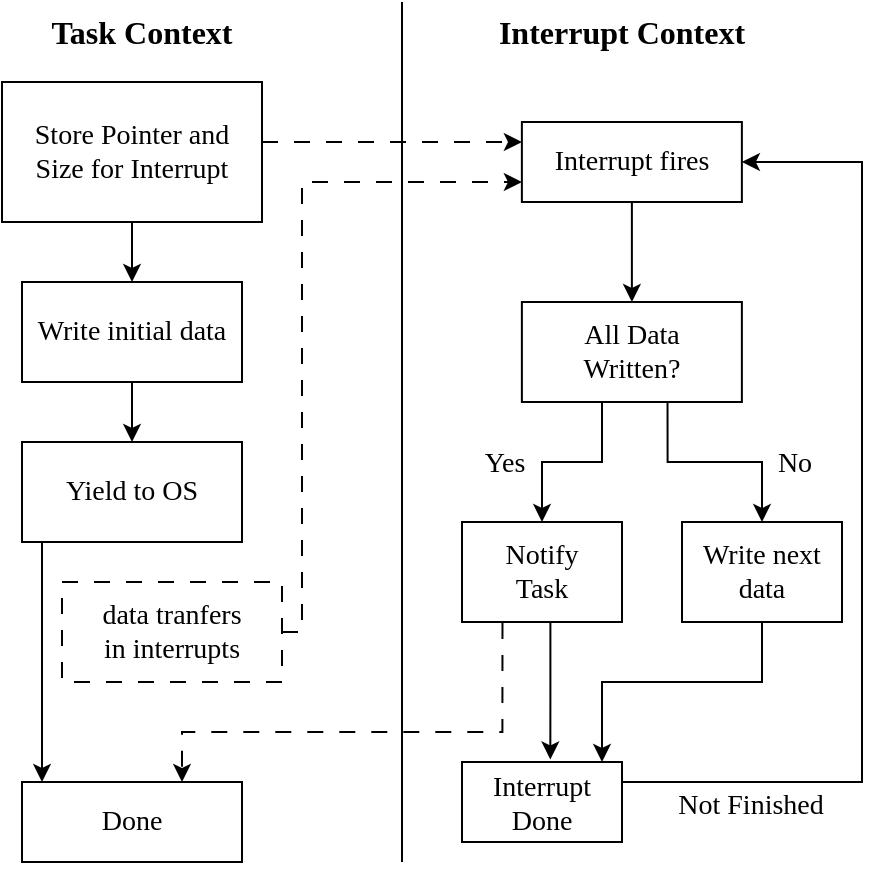
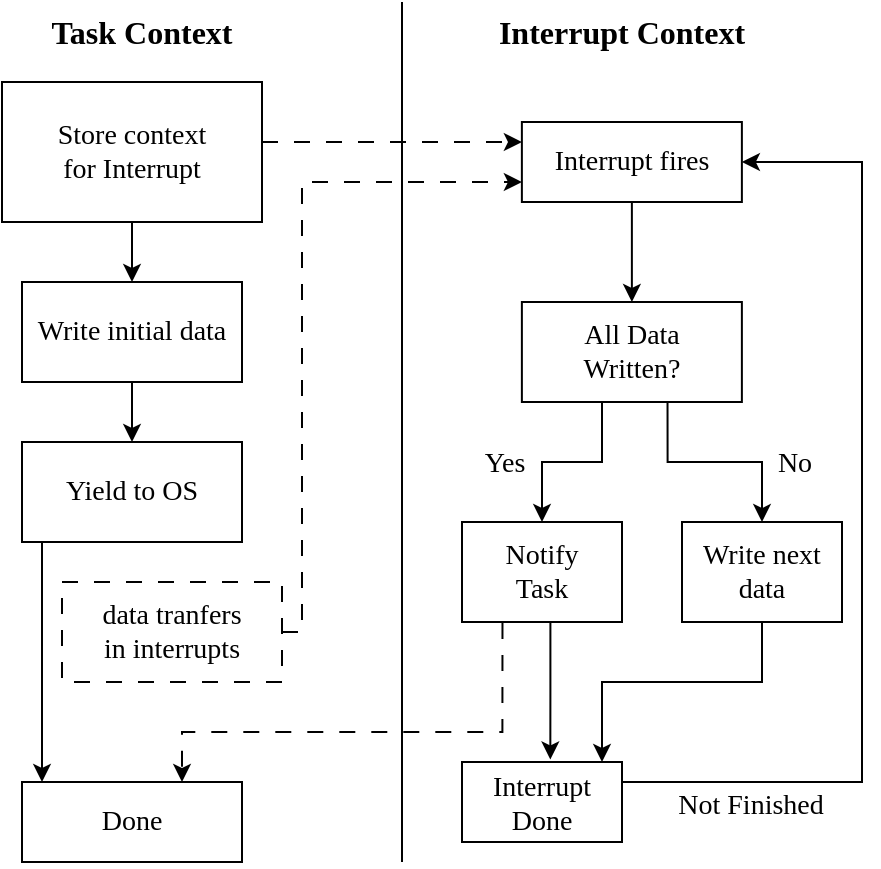
<mxfile host="Electron" agent="Mozilla/5.0 (X11; Linux x86_64) AppleWebKit/537.36 (KHTML, like Gecko) draw.io/29.6.1 Chrome/142.0.7444.265 Electron/39.8.0 Safari/537.36">
  <diagram name="Page-1" id="Ab3wDADH9GVkEaDOiVhm">
-     <mxGraphModel dx="404" dy="242" grid="1" gridSize="10" guides="1" tooltips="1" connect="1" arrows="1" fold="1" page="1" pageScale="1" pageWidth="850" pageHeight="1100" math="0" shadow="0">
+     <mxGraphModel dx="822" dy="481" grid="1" gridSize="10" guides="1" tooltips="1" connect="1" arrows="1" fold="1" page="1" pageScale="1" pageWidth="850" pageHeight="1100" math="0" shadow="0">
      <root>
        <mxCell id="0" />
        <mxCell id="1" parent="0" />
        <mxCell id="CTNN7or24MzbXxDFVPSa-1" edge="1" parent="1" source="CTNN7or24MzbXxDFVPSa-2" style="edgeStyle=orthogonalEdgeStyle;rounded=0;orthogonalLoop=1;jettySize=auto;html=1;entryX=0.5;entryY=0;entryDx=0;entryDy=0;" target="CTNN7or24MzbXxDFVPSa-5">
          <mxGeometry relative="1" as="geometry" />
        </mxCell>
        <mxCell id="QwYj2B5eHwuvQTwytDpc-11" edge="1" parent="1" source="CTNN7or24MzbXxDFVPSa-2" style="edgeStyle=orthogonalEdgeStyle;rounded=0;orthogonalLoop=1;jettySize=auto;html=1;dashed=1;dashPattern=8 8;entryX=0;entryY=0.25;entryDx=0;entryDy=0;" target="CTNN7or24MzbXxDFVPSa-15">
          <mxGeometry relative="1" as="geometry">
            <Array as="points">
              <mxPoint x="340" y="150" />
              <mxPoint x="340" y="150" />
            </Array>
            <mxPoint x="350" y="140" as="targetPoint" />
          </mxGeometry>
        </mxCell>
-         <mxCell id="CTNN7or24MzbXxDFVPSa-2" parent="1" style="rounded=0;whiteSpace=wrap;html=1;fontFamily=Lucida Console;fillColor=none;" value="&lt;font style=&quot;font-size: 14px;&quot;&gt;Store Pointer and&lt;br&gt;Size for Interrupt&lt;/font&gt;" vertex="1">
+         <mxCell id="CTNN7or24MzbXxDFVPSa-2" parent="1" style="rounded=0;whiteSpace=wrap;html=1;fontFamily=Lucida Console;fillColor=none;" value="&lt;font style=&quot;font-size: 14px;&quot;&gt;Store context for&amp;nbsp;Interrupt&lt;/font&gt;" vertex="1">
          <mxGeometry height="70" width="130" x="150" y="120" as="geometry" />
        </mxCell>
        <mxCell id="CTNN7or24MzbXxDFVPSa-3" edge="1" parent="1" source="CTNN7or24MzbXxDFVPSa-5" style="edgeStyle=orthogonalEdgeStyle;rounded=0;orthogonalLoop=1;jettySize=auto;html=1;" target="CTNN7or24MzbXxDFVPSa-8">
          <mxGeometry relative="1" as="geometry" />
        </mxCell>
        <mxCell id="CTNN7or24MzbXxDFVPSa-5" parent="1" style="rounded=0;whiteSpace=wrap;html=1;fillColor=none;" value="&lt;font face=&quot;Lucida Console&quot;&gt;&lt;span style=&quot;font-size: 14px;&quot;&gt;Write initial data&lt;/span&gt;&lt;/font&gt;" vertex="1">
          <mxGeometry height="50" width="110" x="160" y="220" as="geometry" />
        </mxCell>
        <mxCell id="QwYj2B5eHwuvQTwytDpc-12" edge="1" parent="1" style="edgeStyle=orthogonalEdgeStyle;rounded=0;orthogonalLoop=1;jettySize=auto;html=1;entryX=0.5;entryY=0;entryDx=0;entryDy=0;">
          <mxGeometry relative="1" as="geometry">
            <mxPoint x="170" y="350" as="sourcePoint" />
            <mxPoint x="170" y="470" as="targetPoint" />
          </mxGeometry>
        </mxCell>
        <mxCell id="CTNN7or24MzbXxDFVPSa-8" parent="1" style="rounded=0;whiteSpace=wrap;html=1;fillColor=none;" value="&lt;font face=&quot;Lucida Console&quot;&gt;&lt;span style=&quot;font-size: 14px;&quot;&gt;Yield to OS&lt;/span&gt;&lt;/font&gt;" vertex="1">
          <mxGeometry height="50" width="110" x="160" y="300" as="geometry" />
        </mxCell>
        <mxCell id="QwYj2B5eHwuvQTwytDpc-10" edge="1" parent="1" source="CTNN7or24MzbXxDFVPSa-9" style="edgeStyle=orthogonalEdgeStyle;rounded=0;orthogonalLoop=1;jettySize=auto;html=1;entryX=0;entryY=0.75;entryDx=0;entryDy=0;dashed=1;dashPattern=8 8;" target="CTNN7or24MzbXxDFVPSa-15">
          <mxGeometry relative="1" as="geometry">
            <Array as="points">
              <mxPoint x="300" y="395" />
              <mxPoint x="300" y="170" />
            </Array>
          </mxGeometry>
        </mxCell>
        <mxCell id="CTNN7or24MzbXxDFVPSa-9" parent="1" style="rounded=0;whiteSpace=wrap;html=1;fillColor=none;dashed=1;dashPattern=8 8;" value="&lt;div&gt;&lt;font face=&quot;Lucida Console&quot;&gt;&lt;span style=&quot;font-size: 14px;&quot;&gt;data tranfers&lt;br&gt;in interrupts&lt;/span&gt;&lt;/font&gt;&lt;/div&gt;" vertex="1">
          <mxGeometry height="50" width="110" x="180" y="370" as="geometry" />
        </mxCell>
        <mxCell id="CTNN7or24MzbXxDFVPSa-14" edge="1" parent="1" source="CTNN7or24MzbXxDFVPSa-15" style="edgeStyle=orthogonalEdgeStyle;rounded=0;orthogonalLoop=1;jettySize=auto;html=1;entryX=0.5;entryY=0;entryDx=0;entryDy=0;" target="CTNN7or24MzbXxDFVPSa-18">
          <mxGeometry relative="1" as="geometry" />
        </mxCell>
        <mxCell id="CTNN7or24MzbXxDFVPSa-15" parent="1" style="rounded=0;whiteSpace=wrap;html=1;fontFamily=Lucida Console;fillColor=none;" value="&lt;font style=&quot;font-size: 14px;&quot;&gt;Interrupt fires&lt;/font&gt;" vertex="1">
          <mxGeometry height="40" width="110" x="409.94000000000005" y="140" as="geometry" />
        </mxCell>
        <mxCell id="CTNN7or24MzbXxDFVPSa-16" edge="1" parent="1" source="CTNN7or24MzbXxDFVPSa-18" style="edgeStyle=orthogonalEdgeStyle;rounded=0;orthogonalLoop=1;jettySize=auto;html=1;" target="CTNN7or24MzbXxDFVPSa-21">
          <mxGeometry relative="1" as="geometry">
            <Array as="points">
              <mxPoint x="450" y="310" />
              <mxPoint x="420" y="310" />
            </Array>
          </mxGeometry>
        </mxCell>
        <mxCell id="CTNN7or24MzbXxDFVPSa-17" connectable="0" parent="CTNN7or24MzbXxDFVPSa-16" style="edgeLabel;html=1;align=center;verticalAlign=middle;resizable=0;points=[];fontFamily=Lucida Console;fontSize=14;labelBackgroundColor=none;" value="Yes" vertex="1">
          <mxGeometry relative="1" x="0.2514" y="2" as="geometry">
            <mxPoint x="-23" y="-1" as="offset" />
          </mxGeometry>
        </mxCell>
        <mxCell id="CTNN7or24MzbXxDFVPSa-31" edge="1" parent="1" source="CTNN7or24MzbXxDFVPSa-18" style="edgeStyle=orthogonalEdgeStyle;rounded=0;orthogonalLoop=1;jettySize=auto;html=1;exitX=0.662;exitY=1.003;exitDx=0;exitDy=0;exitPerimeter=0;" target="CTNN7or24MzbXxDFVPSa-38">
          <mxGeometry relative="1" as="geometry">
            <Array as="points">
              <mxPoint x="483" y="310" />
              <mxPoint x="530" y="310" />
            </Array>
            <mxPoint x="529.97" y="264.9999999999999" as="sourcePoint" />
            <mxPoint x="700" y="280" as="targetPoint" />
          </mxGeometry>
        </mxCell>
        <mxCell id="CTNN7or24MzbXxDFVPSa-32" connectable="0" parent="CTNN7or24MzbXxDFVPSa-31" style="edgeLabel;html=1;align=center;verticalAlign=middle;resizable=0;points=[];labelBackgroundColor=none;" value="&lt;font face=&quot;Lucida Console&quot; style=&quot;font-size: 14px;&quot;&gt;No&lt;/font&gt;" vertex="1">
          <mxGeometry relative="1" x="-0.2658" y="1" as="geometry">
            <mxPoint x="53" y="2" as="offset" />
          </mxGeometry>
        </mxCell>
        <mxCell id="CTNN7or24MzbXxDFVPSa-18" parent="1" style="rounded=0;whiteSpace=wrap;html=1;fillColor=none;" value="&lt;font face=&quot;Lucida Console&quot;&gt;&lt;span style=&quot;font-size: 14px;&quot;&gt;All Data&lt;br&gt;Written?&lt;/span&gt;&lt;/font&gt;" vertex="1">
          <mxGeometry height="50" width="110" x="409.94000000000005" y="230" as="geometry" />
        </mxCell>
        <mxCell id="CTNN7or24MzbXxDFVPSa-35" edge="1" parent="1" source="CTNN7or24MzbXxDFVPSa-21" style="edgeStyle=orthogonalEdgeStyle;rounded=0;orthogonalLoop=1;jettySize=auto;html=1;exitX=0.253;exitY=1.011;exitDx=0;exitDy=0;exitPerimeter=0;dashed=1;dashPattern=8 8;" target="CTNN7or24MzbXxDFVPSa-36">
          <mxGeometry relative="1" as="geometry">
            <Array as="points">
              <mxPoint x="400" y="445" />
              <mxPoint x="240" y="445" />
            </Array>
            <mxPoint x="370.24" y="301.0114942528736" as="sourcePoint" />
            <mxPoint x="240.0000000000001" y="409.9000000000001" as="targetPoint" />
          </mxGeometry>
        </mxCell>
        <mxCell id="CTNN7or24MzbXxDFVPSa-21" parent="1" style="rounded=0;whiteSpace=wrap;html=1;fillColor=none;" value="&lt;font face=&quot;Lucida Console&quot;&gt;&lt;span style=&quot;font-size: 14px;&quot;&gt;Notify&lt;br&gt;Task&lt;/span&gt;&lt;/font&gt;" vertex="1">
          <mxGeometry height="50" width="80" x="380" y="340" as="geometry" />
        </mxCell>
        <mxCell id="CTNN7or24MzbXxDFVPSa-22" parent="1" style="rounded=0;whiteSpace=wrap;html=1;fillColor=none;" value="&lt;div&gt;&lt;font style=&quot;font-size: 14px;&quot; face=&quot;Lucida Console&quot;&gt;&lt;br&gt;&lt;/font&gt;&lt;/div&gt;&lt;font style=&quot;font-size: 14px;&quot; face=&quot;Lucida Console&quot;&gt;Interrupt Done&lt;/font&gt;&lt;div&gt;&lt;br&gt;&lt;/div&gt;" vertex="1">
          <mxGeometry height="40" width="80" x="380" y="460" as="geometry" />
        </mxCell>
        <mxCell id="CTNN7or24MzbXxDFVPSa-28" edge="1" parent="1" style="endArrow=none;html=1;rounded=0;" value="">
          <mxGeometry height="50" relative="1" width="50" as="geometry">
            <mxPoint x="350" y="510" as="sourcePoint" />
            <mxPoint x="350" y="80" as="targetPoint" />
          </mxGeometry>
        </mxCell>
        <mxCell id="CTNN7or24MzbXxDFVPSa-29" parent="1" style="text;html=1;whiteSpace=wrap;strokeColor=none;fillColor=none;align=center;verticalAlign=middle;rounded=0;fontStyle=1;fontSize=16;" value="&lt;font face=&quot;Lucida Console&quot;&gt;Task Context&lt;/font&gt;" vertex="1">
          <mxGeometry height="30" width="100" x="170" y="80" as="geometry" />
        </mxCell>
        <mxCell id="CTNN7or24MzbXxDFVPSa-30" parent="1" style="text;html=1;whiteSpace=wrap;strokeColor=none;fillColor=none;align=center;verticalAlign=middle;rounded=0;fontStyle=1;fontSize=16;" value="&lt;font face=&quot;Lucida Console&quot;&gt;Interrupt Context&lt;/font&gt;" vertex="1">
          <mxGeometry height="30" width="139.97" x="390" y="80" as="geometry" />
        </mxCell>
        <mxCell id="CTNN7or24MzbXxDFVPSa-38" parent="1" style="rounded=0;whiteSpace=wrap;html=1;fillColor=none;" value="&lt;font face=&quot;Lucida Console&quot;&gt;&lt;span style=&quot;font-size: 14px;&quot;&gt;Write next&lt;br&gt;data&lt;/span&gt;&lt;/font&gt;" vertex="1">
          <mxGeometry height="50" width="80" x="490" y="340" as="geometry" />
        </mxCell>
        <mxCell id="CTNN7or24MzbXxDFVPSa-40" edge="1" parent="1" source="CTNN7or24MzbXxDFVPSa-21" style="edgeStyle=orthogonalEdgeStyle;rounded=0;orthogonalLoop=1;jettySize=auto;html=1;entryX=0.552;entryY=-0.032;entryDx=0;entryDy=0;entryPerimeter=0;" target="CTNN7or24MzbXxDFVPSa-22">
          <mxGeometry relative="1" as="geometry">
            <Array as="points">
              <mxPoint x="424" y="425" />
            </Array>
            <mxPoint x="425" y="450" as="targetPoint" />
          </mxGeometry>
        </mxCell>
        <mxCell id="CTNN7or24MzbXxDFVPSa-36" parent="1" style="rounded=0;whiteSpace=wrap;html=1;fillColor=none;" value="&lt;div&gt;&lt;font face=&quot;Lucida Console&quot;&gt;&lt;span style=&quot;font-size: 14px;&quot;&gt;Done&lt;/span&gt;&lt;/font&gt;&lt;/div&gt;" vertex="1">
          <mxGeometry height="40" width="110" x="160" y="470" as="geometry" />
        </mxCell>
        <mxCell id="QwYj2B5eHwuvQTwytDpc-4" edge="1" parent="1" source="CTNN7or24MzbXxDFVPSa-22" style="edgeStyle=orthogonalEdgeStyle;rounded=0;orthogonalLoop=1;jettySize=auto;html=1;entryX=1;entryY=0.5;entryDx=0;entryDy=0;exitX=1;exitY=0.5;exitDx=0;exitDy=0;" target="CTNN7or24MzbXxDFVPSa-15">
          <mxGeometry relative="1" as="geometry">
            <Array as="points">
              <mxPoint x="580" y="470" />
              <mxPoint x="580" y="160" />
            </Array>
            <mxPoint x="570" y="435" as="sourcePoint" />
          </mxGeometry>
        </mxCell>
        <mxCell id="QwYj2B5eHwuvQTwytDpc-9" connectable="0" parent="QwYj2B5eHwuvQTwytDpc-4" style="edgeLabel;html=1;align=center;verticalAlign=middle;resizable=0;points=[];labelBackgroundColor=none;" value="&lt;font style=&quot;font-size: 14px;&quot; face=&quot;Lucida Console&quot;&gt;Not Finished&lt;/font&gt;" vertex="1">
          <mxGeometry relative="1" x="-0.6918" y="1" as="geometry">
            <mxPoint x="-3" y="13" as="offset" />
          </mxGeometry>
        </mxCell>
        <mxCell id="QwYj2B5eHwuvQTwytDpc-8" edge="1" parent="1" source="CTNN7or24MzbXxDFVPSa-38" style="edgeStyle=orthogonalEdgeStyle;rounded=0;orthogonalLoop=1;jettySize=auto;html=1;" target="CTNN7or24MzbXxDFVPSa-22">
          <mxGeometry relative="1" as="geometry">
            <Array as="points">
              <mxPoint x="530" y="420" />
              <mxPoint x="450" y="420" />
            </Array>
          </mxGeometry>
        </mxCell>
      </root>
    </mxGraphModel>
  </diagram>
</mxfile>
